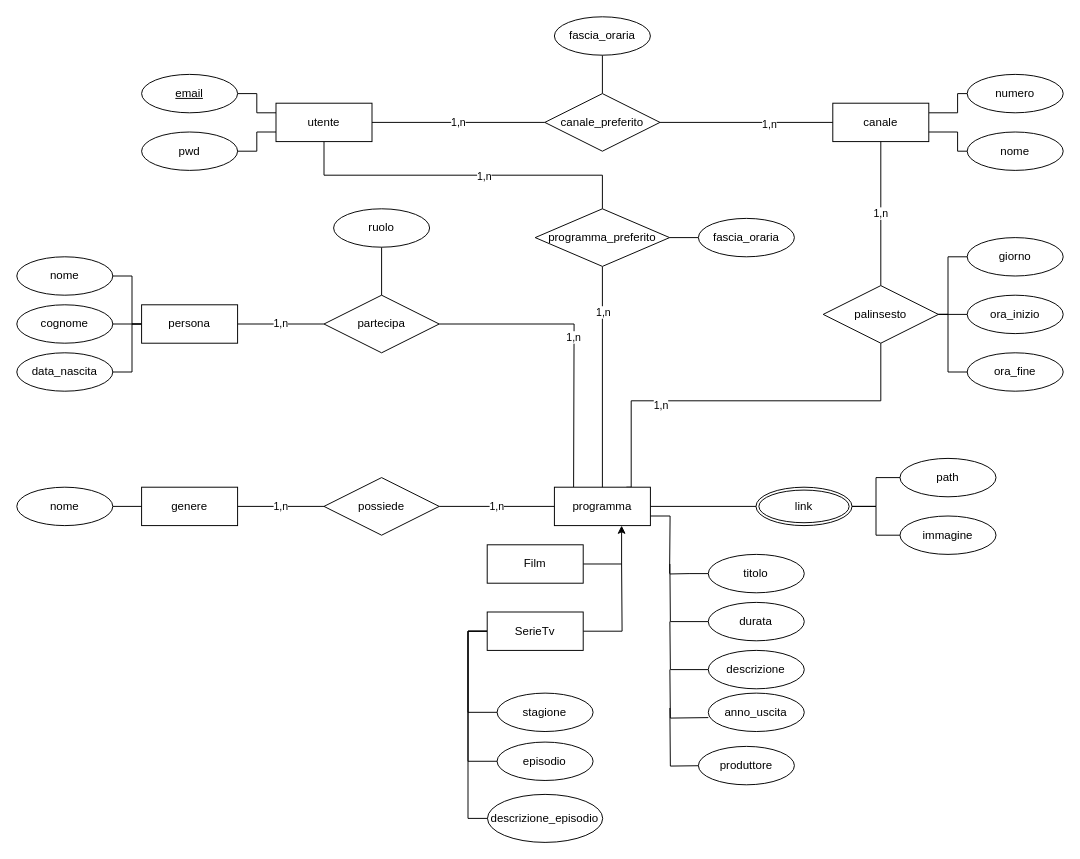
The draw.io diagram page "Normal" (1 of 2) of Doc/Er_Definitivo.drawio in Caprielos/Lbd, before the edit. Source tidied: cells renumbered, new cells numbered last; positions are measured from the earlier drawing's top-left corner, leaving out a move shared by most shapes. Both pictures are drawn from the tidied source at 96%, with x=0, y=0 at pixel (16, 16).
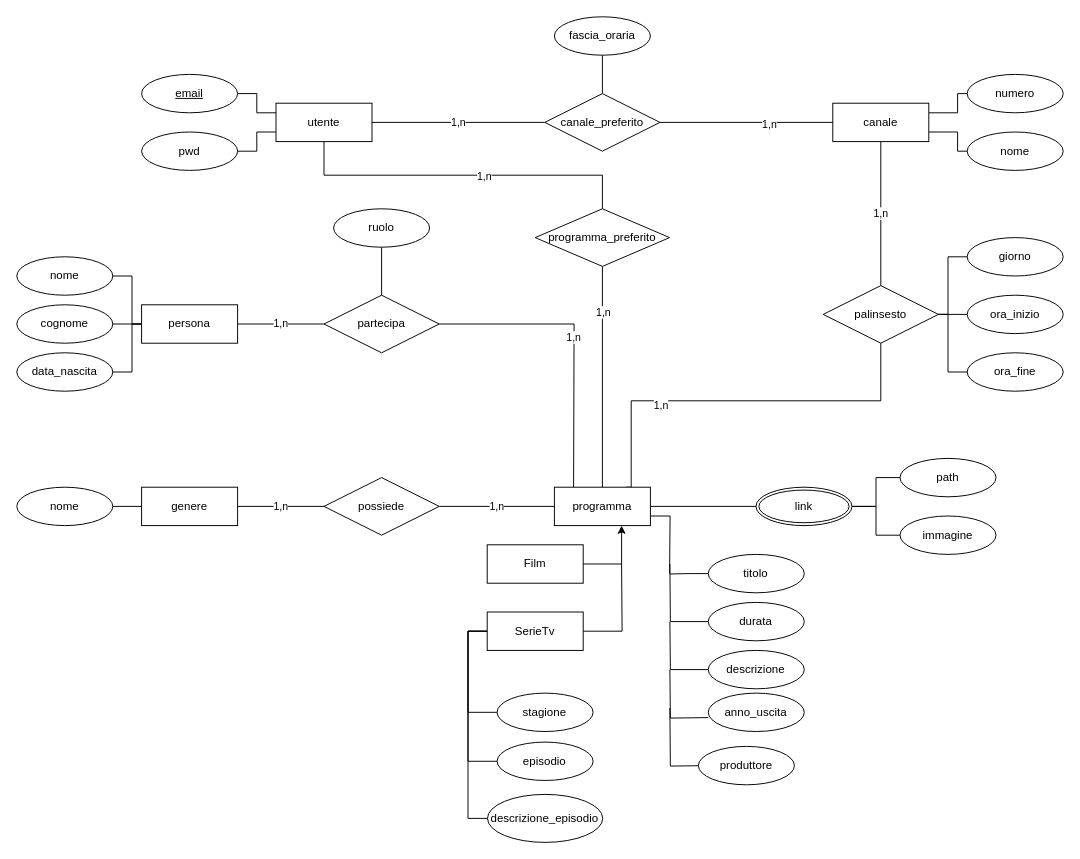
The same diagram, later.

The change refers to these unchanged cells:
```xml
<mxCell id="38" value="programma_preferito" style="shape=rhombus;perimeter=rhombusPerimeter;whiteSpace=wrap;html=1;align=center;" parent="1" vertex="1">
  <mxGeometry x="540" y="200" width="140" height="60" as="geometry" />
</mxCell>
```

Diff of the diagram source:
```diff
@@
-    <mxCell id="37" style="edgeStyle=orthogonalEdgeStyle;rounded=0;jettySize=auto;html=1;exitX=1;exitY=0.5;exitDx=0;exitDy=0;entryX=0;entryY=0.5;entryDx=0;entryDy=0;endArrow=none;endFill=0;" parent="1" edge="1" source="38" target="66">
-      <mxGeometry relative="1" as="geometry" />
-    </mxCell>
@@
-    <mxCell id="66" value="fascia_oraria" style="ellipse;whiteSpace=wrap;html=1;align=center;" parent="1" vertex="1">
-      <mxGeometry x="710" y="210" width="100" height="40" as="geometry" />
-    </mxCell>
```
